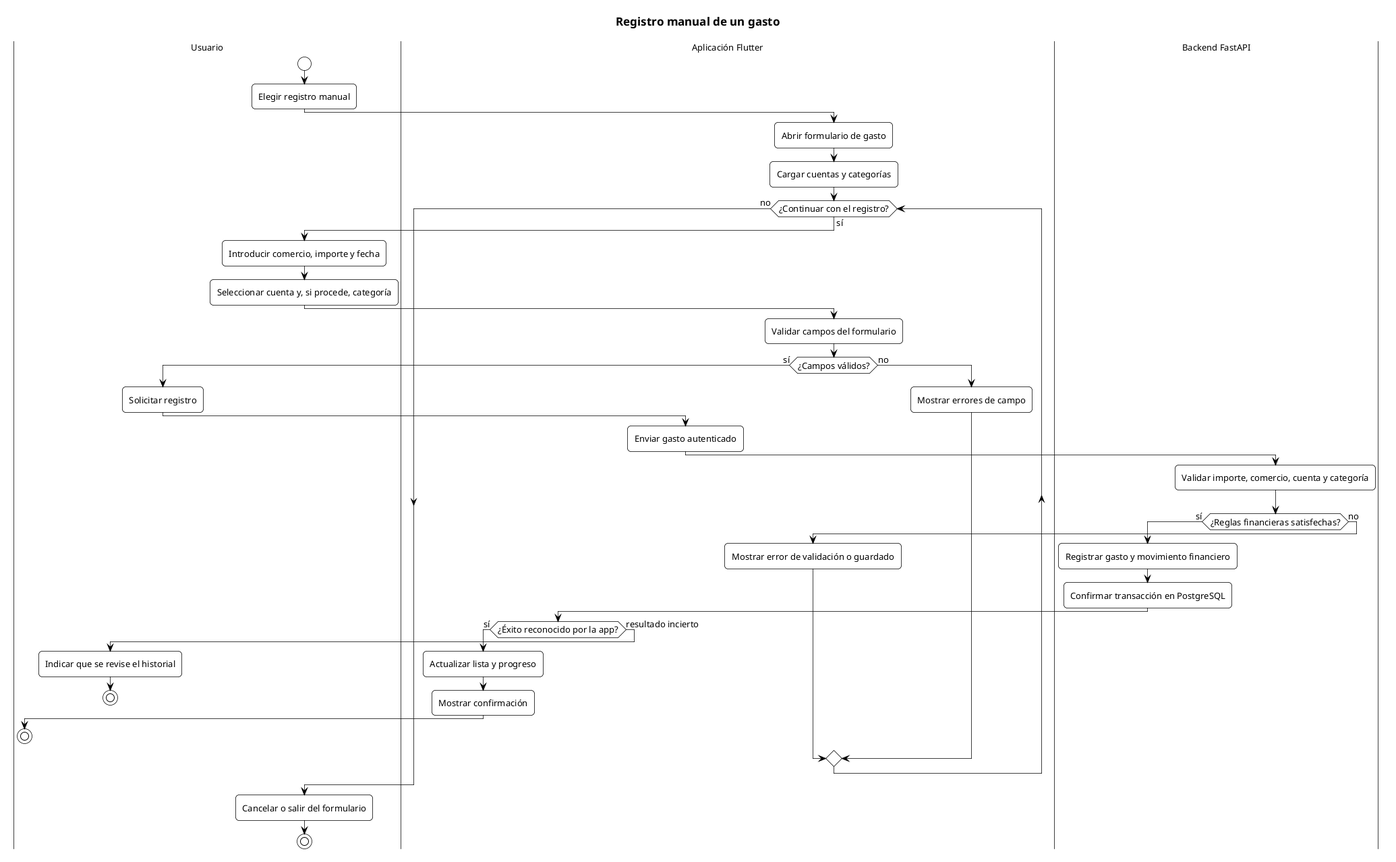
This is docs/diagrams/activity/manual-expense/manual-expense.png from NullCorvus/finance-ai, a PlantUML export, as it was before one commit.
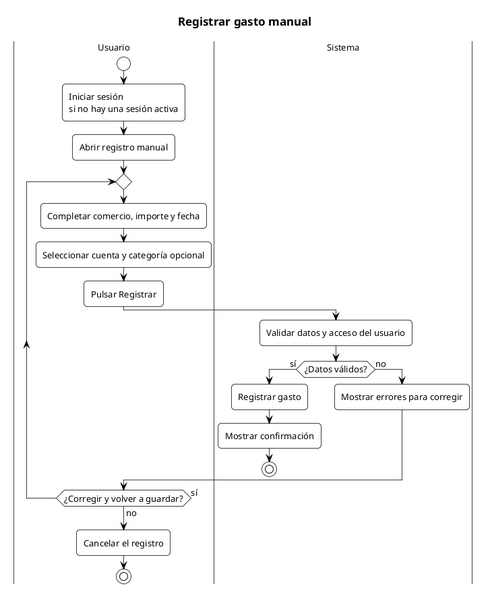
After the change.

The edit, as a diff of the source:
```diff
@@ -17,52 +17,28 @@
   arrow { LineColor #000000; LineThickness 0.75; FontColor #000000 }
 }
 </style>
-title Registro manual de un gasto
+title Registrar gasto manual
 
 |Usuario|
 start
-:Elegir registro manual;
-|Aplicación Flutter|
-:Abrir formulario de gasto;
-:Cargar cuentas y categorías;
-
-while (¿Continuar con el registro?) is (sí)
+:Iniciar sesión
+si no hay una sesión activa;
+:Abrir registro manual;
+repeat
+  :Completar comercio, importe y fecha;
+  :Seleccionar cuenta y categoría opcional;
+  :Pulsar Registrar;
+  |Sistema|
+  :Validar datos y acceso del usuario;
+  if (¿Datos válidos?) then (sí)
+    :Registrar gasto;
+    :Mostrar confirmación;
+    stop
+  else (no)
+    :Mostrar errores para corregir;
+  endif
   |Usuario|
-  :Introducir comercio, importe y fecha;
-  :Seleccionar cuenta y, si procede, categoría;
-  |Aplicación Flutter|
-  :Validar campos del formulario;
-  if (¿Campos válidos?) then (sí)
-    |Usuario|
-    :Solicitar registro;
-    |Aplicación Flutter|
-    :Enviar gasto autenticado;
-    |Backend FastAPI|
-    :Validar importe, comercio, cuenta y categoría;
-    if (¿Reglas financieras satisfechas?) then (sí)
-      :Registrar gasto y movimiento financiero;
-      :Confirmar transacción en PostgreSQL;
-      |Aplicación Flutter|
-      if (¿Éxito reconocido por la app?) then (sí)
-        :Actualizar lista y progreso;
-        :Mostrar confirmación;
-        |Usuario|
-        stop
-      else (resultado incierto)
-        :Indicar que se revise el historial;
-        |Usuario|
-        stop
-      endif
-    else (no)
-      |Aplicación Flutter|
-      :Mostrar error de validación o guardado;
-    endif
-  else (no)
-    :Mostrar errores de campo;
-  endif
-endwhile (no)
-
-|Usuario|
-:Cancelar o salir del formulario;
+repeat while (¿Corregir y volver a guardar?) is (sí) not (no)
+:Cancelar el registro;
 stop
 @enduml
```
